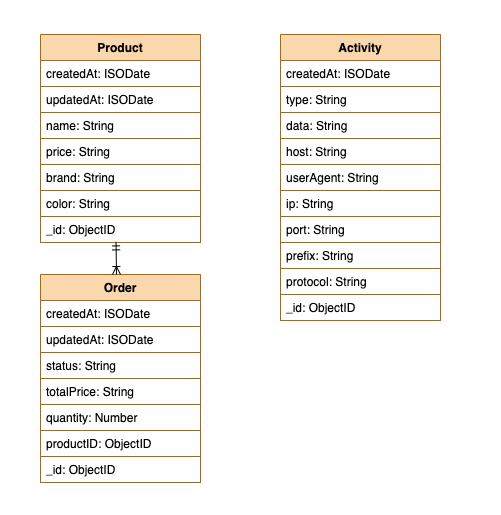
Above: diagrams/ERD.png in quoctrungdh/iCommerce (draw.io), before the change. Source tidied: cells renumbered, new cells last; positions are measured from the earlier drawing's top-left corner, leaving out a move shared by most shapes.
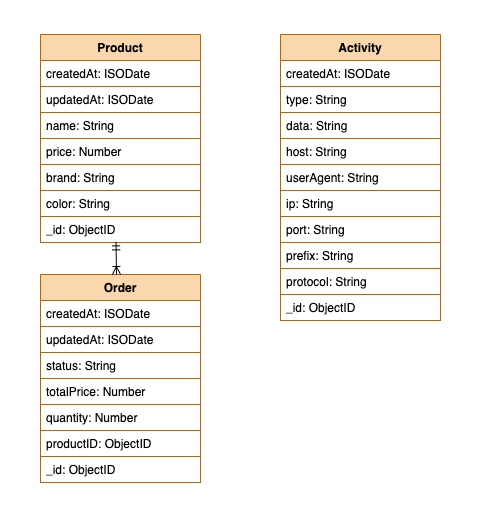
After the commit.

What changed in the source:
```diff
@@ -29,7 +29,7 @@
     <mxCell id="10" value="host: String" style="text;align=left;verticalAlign=top;spacingLeft=4;spacingRight=4;overflow=hidden;strokeColor=#b46504;" parent="6" vertex="1">
       <mxGeometry y="104" width="160" height="26" as="geometry" />
     </mxCell>
-    <mxCell id="11" value="price: String" style="text;align=left;verticalAlign=top;spacingLeft=4;spacingRight=4;overflow=hidden;strokeColor=#b46504;" parent="1" vertex="1">
+    <mxCell id="11" value="price: Number" style="text;align=left;verticalAlign=top;spacingLeft=4;spacingRight=4;overflow=hidden;strokeColor=#b46504;" parent="1" vertex="1">
       <mxGeometry x="40" y="138" width="160" height="26" as="geometry" />
     </mxCell>
     <mxCell id="12" value="brand: String" style="text;align=left;verticalAlign=top;spacingLeft=4;spacingRight=4;overflow=hidden;strokeColor=#b46504;" parent="1" vertex="1">
@@ -77,7 +77,7 @@
     <mxCell id="26" value="status: String" style="text;align=left;verticalAlign=top;spacingLeft=4;spacingRight=4;overflow=hidden;strokeColor=#b46504;" parent="23" vertex="1">
       <mxGeometry y="78" width="160" height="26" as="geometry" />
     </mxCell>
-    <mxCell id="27" value="totalPrice: String" style="text;align=left;verticalAlign=top;spacingLeft=4;spacingRight=4;overflow=hidden;strokeColor=#b46504;" parent="23" vertex="1">
+    <mxCell id="27" value="totalPrice: Number" style="text;align=left;verticalAlign=top;spacingLeft=4;spacingRight=4;overflow=hidden;strokeColor=#b46504;" parent="23" vertex="1">
       <mxGeometry y="104" width="160" height="26" as="geometry" />
     </mxCell>
     <mxCell id="28" value="quantity: Number" style="text;align=left;verticalAlign=top;spacingLeft=4;spacingRight=4;overflow=hidden;strokeColor=#b46504;" parent="23" vertex="1">
```
